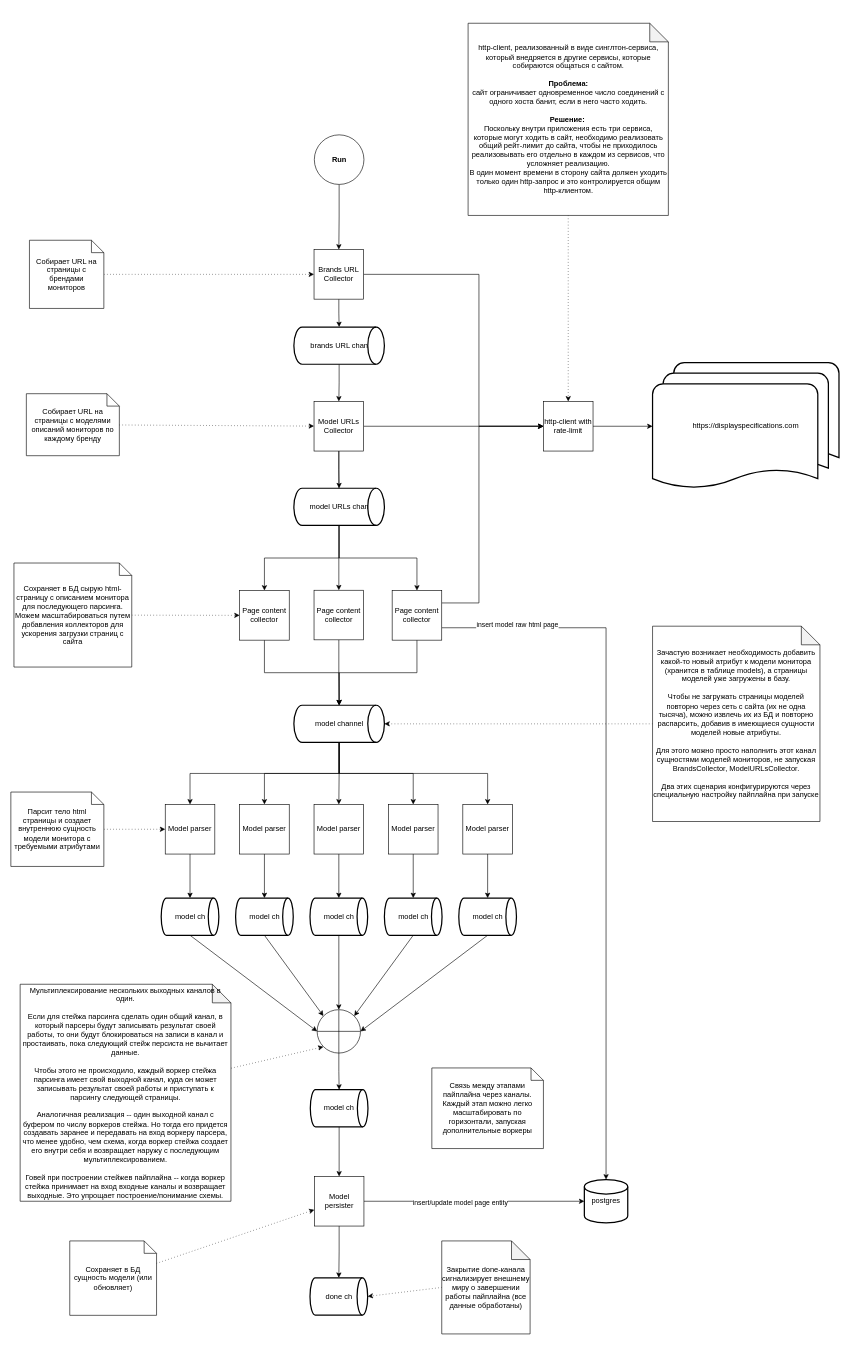
This is docs/diagram.drawio from denistv/display-parser, a draw.io file, before an edit. Source tidied: cells renumbered, new cells numbered last; positions are measured from the earlier drawing's top-left corner, leaving out a move shared by most shapes. Both pictures are drawn from the tidied source at 62%, with x=0, y=0 at pixel (11, 23).
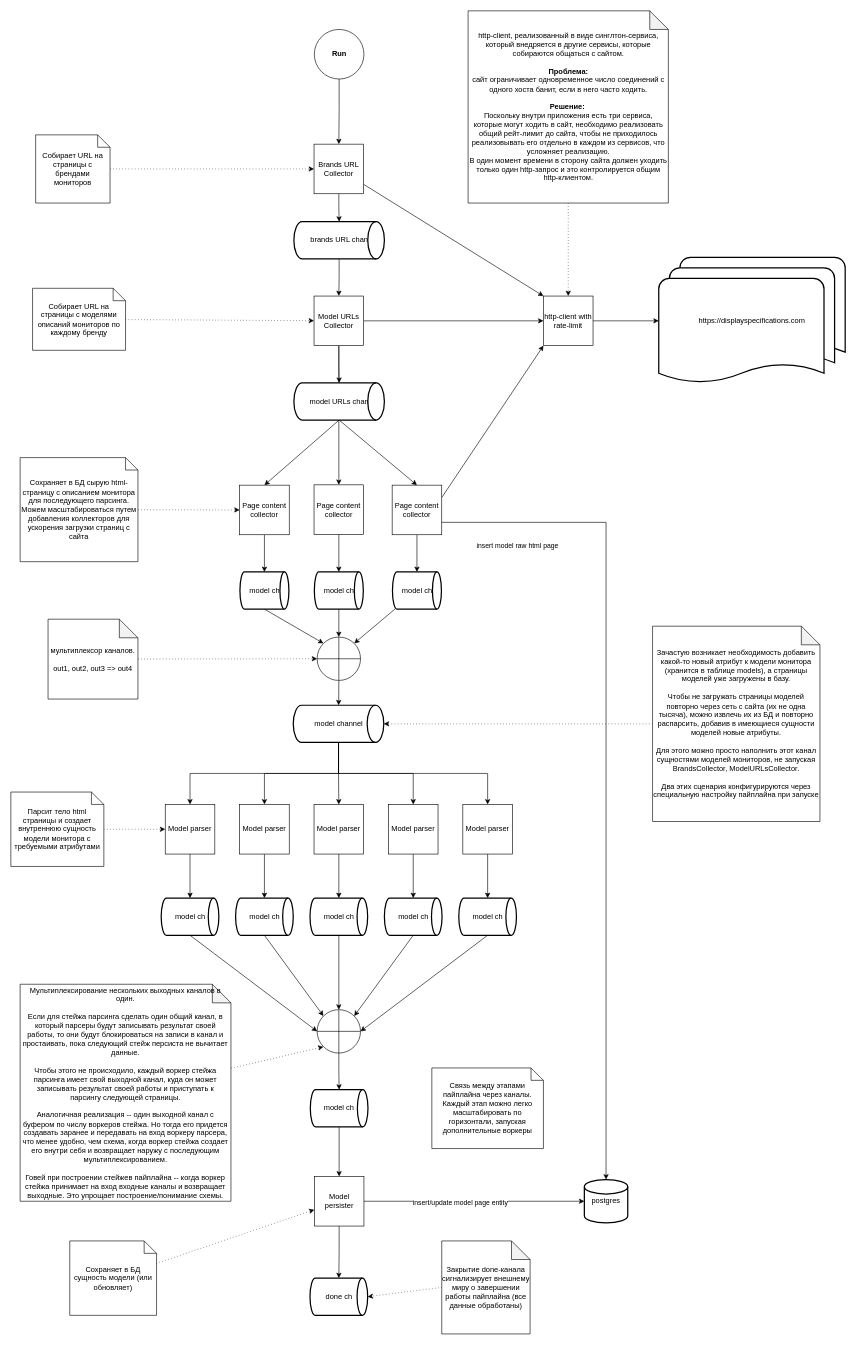
The same diagram, later.

What changed in the source:
```diff
@@
-    <mxCell id="3" style="edgeStyle=orthogonalEdgeStyle;rounded=0;jettySize=auto;html=1;entryX=0;entryY=0.5;entryDx=0;entryDy=0;" parent="1" edge="1" source="4" target="73">
-      <mxGeometry relative="1" as="geometry">
-        <Array as="points">
-          <mxPoint x="755" y="405" />
-          <mxPoint x="755" y="650" />
-        </Array>
-      </mxGeometry>
+    <mxCell id="3" style="rounded=0;jettySize=auto;html=1;entryX=0;entryY=0;entryDx=0;entryDy=0;" parent="1" edge="1" source="4" target="73">
+      <mxGeometry relative="1" as="geometry" />
     </mxCell>
     <mxCell id="4" value="Brands URL Collector" style="whiteSpace=wrap;html=1;" parent="1" vertex="1">
-      <mxGeometry x="489" y="365" width="80" height="80" as="geometry" />
+      <mxGeometry x="489" y="195" width="80" height="80" as="geometry" />
     </mxCell>
-    <mxCell id="5" style="edgeStyle=orthogonalEdgeStyle;rounded=0;jettySize=auto;html=1;exitX=0.5;exitY=1;exitDx=0;exitDy=0;entryX=0.5;entryY=0;entryDx=0;entryDy=0;" parent="1" edge="1" source="9" target="13">
+    <mxCell id="5" style="rounded=0;jettySize=auto;html=1;exitX=0.5;exitY=1;exitDx=0;exitDy=0;entryX=0.5;entryY=0;entryDx=0;entryDy=0;" parent="1" edge="1" source="9" target="13">
       <mxGeometry relative="1" as="geometry" />
     </mxCell>
-    <mxCell id="6" style="edgeStyle=orthogonalEdgeStyle;rounded=0;jettySize=auto;html=1;exitX=0.5;exitY=1;exitDx=0;exitDy=0;entryX=0.5;entryY=0;entryDx=0;entryDy=0;exitPerimeter=0;" parent="1" edge="1" source="69" target="41">
+    <mxCell id="6" style="rounded=0;jettySize=auto;html=1;exitX=0.5;exitY=1;exitDx=0;exitDy=0;entryX=0.5;entryY=0;entryDx=0;entryDy=0;exitPerimeter=0;" parent="1" edge="1" source="69" target="41">
       <mxGeometry relative="1" as="geometry" />
     </mxCell>
-    <mxCell id="7" style="edgeStyle=orthogonalEdgeStyle;rounded=0;jettySize=auto;html=1;exitX=0.5;exitY=1;exitDx=0;exitDy=0;" parent="1" edge="1" source="69" target="44">
+    <mxCell id="7" style="rounded=0;jettySize=auto;html=1;exitX=0.5;exitY=1;exitDx=0;exitDy=0;entryX=0.5;entryY=0;entryDx=0;entryDy=0;" parent="1" edge="1" source="69" target="44">
       <mxGeometry relative="1" as="geometry" />
     </mxCell>
@@
     <mxCell id="9" value="Model URLs Collector" style="whiteSpace=wrap;html=1;" parent="1" vertex="1">
-      <mxGeometry x="489" y="610" width="80" height="80" as="geometry" />
+      <mxGeometry x="489" y="440" width="80" height="80" as="geometry" />
     </mxCell>
-    <mxCell id="10" style="edgeStyle=orthogonalEdgeStyle;rounded=0;jettySize=auto;html=1;exitX=0.5;exitY=1;exitDx=0;exitDy=0;entryX=0.5;entryY=0;entryDx=0;entryDy=0;entryPerimeter=0;" parent="1" edge="1" source="13" target="50">
-      <mxGeometry relative="1" as="geometry" />
-    </mxCell>
@@
+    <mxCell id="83" style="edgeStyle=orthogonalEdgeStyle;rounded=0;jettySize=auto;html=1;exitX=0.5;exitY=1;exitDx=0;exitDy=0;" parent="1" edge="1" source="13" target="89">
+      <mxGeometry relative="1" as="geometry" />
+    </mxCell>
     <mxCell id="13" value="Page content collector" style="whiteSpace=wrap;html=1;" parent="1" vertex="1">
-      <mxGeometry x="489" y="914.5" width="80" height="80" as="geometry" />
+      <mxGeometry x="489" y="744.5" width="80" height="80" as="geometry" />
     </mxCell>
@@
     <mxCell id="29" value="Собирает URL на страницы с брендами мониторов" style="shape=note;size=20;whiteSpace=wrap;html=1;" parent="1" vertex="1">
-      <mxGeometry x="30" y="350" width="120" height="110" as="geometry" />
+      <mxGeometry x="40" y="180" width="120" height="110" as="geometry" />
     </mxCell>
@@
     <mxCell id="31" value="Собирает URL на страницы с моделями описаний мониторов по каждому бренду" style="shape=note;size=20;whiteSpace=wrap;html=1;" parent="1" vertex="1">
-      <mxGeometry x="25" y="597.5" width="150" height="100" as="geometry" />
+      <mxGeometry x="35" y="427.5" width="150" height="100" as="geometry" />
     </mxCell>
@@
     <mxCell id="33" value="Сохраняет в БД сырую html-страницу с описанием монитора для последующего парсинга.&lt;br&gt;Можем масштабироваться путем добавления коллекторов для ускорения загрузки страниц с сайта" style="shape=note;size=20;whiteSpace=wrap;html=1;" parent="1" vertex="1">
-      <mxGeometry x="5" y="870.6" width="190" height="167.8" as="geometry" />
+      <mxGeometry x="15" y="700.6" width="190" height="167.8" as="geometry" />
     </mxCell>
@@
-    <mxCell id="40" style="edgeStyle=orthogonalEdgeStyle;rounded=0;jettySize=auto;html=1;exitX=0.5;exitY=1;exitDx=0;exitDy=0;entryX=0.5;entryY=0;entryDx=0;entryDy=0;entryPerimeter=0;" parent="1" edge="1" source="41" target="50">
-      <mxGeometry relative="1" as="geometry" />
-    </mxCell>
+    <mxCell id="84" style="edgeStyle=orthogonalEdgeStyle;rounded=0;jettySize=auto;html=1;exitX=0.5;exitY=1;exitDx=0;exitDy=0;entryX=0.5;entryY=0;entryDx=0;entryDy=0;entryPerimeter=0;" parent="1" edge="1" source="41" target="87">
+      <mxGeometry relative="1" as="geometry" />
+    </mxCell>
     <mxCell id="41" value="Page content collector" style="whiteSpace=wrap;html=1;" parent="1" vertex="1">
-      <mxGeometry x="369" y="915" width="80" height="80" as="geometry" />
+      <mxGeometry x="369" y="745" width="80" height="80" as="geometry" />
     </mxCell>
-    <mxCell id="42" style="edgeStyle=orthogonalEdgeStyle;rounded=0;jettySize=auto;html=1;exitX=0.5;exitY=1;exitDx=0;exitDy=0;entryX=0.5;entryY=0;entryDx=0;entryDy=0;entryPerimeter=0;" parent="1" edge="1" source="44" target="50">
-      <mxGeometry relative="1" as="geometry" />
-    </mxCell>
-    <mxCell id="43" style="edgeStyle=orthogonalEdgeStyle;rounded=0;jettySize=auto;html=1;exitX=1;exitY=0.25;exitDx=0;exitDy=0;entryX=0;entryY=0.5;entryDx=0;entryDy=0;" parent="1" edge="1" source="44" target="73">
-      <mxGeometry relative="1" as="geometry">
-        <Array as="points">
-          <mxPoint x="755" y="935" />
-          <mxPoint x="755" y="650" />
-        </Array>
-      </mxGeometry>
+    <mxCell id="43" style="rounded=0;jettySize=auto;html=1;exitX=1;exitY=0.25;exitDx=0;exitDy=0;entryX=0;entryY=1;entryDx=0;entryDy=0;" parent="1" edge="1" source="44" target="73">
+      <mxGeometry relative="1" as="geometry" />
     </mxCell>
+    <mxCell id="85" style="edgeStyle=orthogonalEdgeStyle;rounded=0;jettySize=auto;html=1;exitX=0.5;exitY=1;exitDx=0;exitDy=0;entryX=0.5;entryY=0;entryDx=0;entryDy=0;entryPerimeter=0;" parent="1" edge="1" source="44" target="91">
+      <mxGeometry relative="1" as="geometry" />
+    </mxCell>
     <mxCell id="44" value="Page content collector" style="whiteSpace=wrap;html=1;" parent="1" vertex="1">
-      <mxGeometry x="615" y="915" width="80" height="80" as="geometry" />
+      <mxGeometry x="615" y="745" width="80" height="80" as="geometry" />
     </mxCell>
@@
     <mxCell id="50" value="model channel" style="strokeWidth=2;html=1;shape=mxgraph.flowchart.direct_data;whiteSpace=wrap;" parent="1" vertex="1">
-      <mxGeometry x="456.5" y="1100" width="146" height="60" as="geometry" />
+      <mxGeometry x="455.5" y="1100" width="146" height="60" as="geometry" />
     </mxCell>
@@
     <mxCell id="67" value="https://displayspecifications.com" style="strokeWidth=2;html=1;shape=mxgraph.flowchart.multi-document;whiteSpace=wrap;" parent="1" vertex="1">
-      <mxGeometry x="1035" y="547.5" width="300.7" height="205" as="geometry" />
+      <mxGeometry x="1045" y="377.5" width="300.7" height="205" as="geometry" />
     </mxCell>
@@
     <mxCell id="69" value="model URLs chan" style="strokeWidth=2;html=1;shape=mxgraph.flowchart.direct_data;whiteSpace=wrap;" parent="1" vertex="1">
-      <mxGeometry x="456.5" y="750" width="146" height="60" as="geometry" />
+      <mxGeometry x="456.5" y="580" width="146" height="60" as="geometry" />
     </mxCell>
@@
     <mxCell id="71" value="brands URL chan" style="strokeWidth=2;html=1;shape=mxgraph.flowchart.direct_data;whiteSpace=wrap;" parent="1" vertex="1">
-      <mxGeometry x="456.5" y="490" width="146" height="60" as="geometry" />
+      <mxGeometry x="456.5" y="320" width="146" height="60" as="geometry" />
     </mxCell>
@@
     <mxCell id="73" value="http-client with rate-limit" style="whiteSpace=wrap;html=1;" parent="1" vertex="1">
-      <mxGeometry x="859" y="610" width="80" height="80" as="geometry" />
+      <mxGeometry x="859" y="440" width="80" height="80" as="geometry" />
     </mxCell>
@@
     <mxCell id="77" value="http-client, реализованный в виде синглтон-сервиса, который внедряется в другие сервисы, которые собираются общаться с сайтом.&lt;br&gt;&lt;br&gt;&lt;b&gt;Проблема:&lt;br&gt;&lt;/b&gt;сайт ограничивает одновременное число соединений с одного хоста банит, если в него часто ходить.&lt;br&gt;&lt;br&gt;&lt;b&gt;Решение:&amp;nbsp;&lt;br&gt;&lt;/b&gt;Поскольку внутри приложения есть три сервиса, которые могут ходить в сайт, необходимо реализовать общий рейт-лимит до сайта, чтобы не приходилось реализовывать его отдельно в каждом из сервисов, что усложняет реализацию.&lt;br&gt;В один момент времени в сторону сайта должен уходить только один http-запрос и это контролируется общим http-клиентом." style="shape=note;whiteSpace=wrap;html=1;backgroundOutline=1;darkOpacity=0.05;" parent="1" vertex="1">
-      <mxGeometry x="737.5" width="323" height="310" as="geometry" />
+      <mxGeometry x="737.5" y="-20" width="323" height="310" as="geometry" />
     </mxCell>
@@
     <mxCell id="79" value="&lt;b&gt;Run&lt;/b&gt;" style="ellipse;whiteSpace=wrap;html=1;" parent="1" vertex="1">
-      <mxGeometry x="489.5" y="180" width="80" height="80" as="geometry" />
+      <mxGeometry x="489.5" y="10" width="80" height="80" as="geometry" />
     </mxCell>
     <mxCell id="80" value="done ch" style="strokeWidth=2;html=1;shape=mxgraph.flowchart.direct_data;whiteSpace=wrap;" parent="1" vertex="1">
-      <mxGeometry x="482.5" y="2023.5" width="93" height="60" as="geometry" />
+      <mxGeometry x="482.5" y="2024" width="93" height="60" as="geometry" />
     </mxCell>
@@
+    <mxCell id="86" style="rounded=0;jettySize=auto;html=1;exitX=0.5;exitY=1;exitDx=0;exitDy=0;exitPerimeter=0;entryX=0.145;entryY=0.145;entryDx=0;entryDy=0;entryPerimeter=0;" parent="1" edge="1" source="87" target="93">
+      <mxGeometry relative="1" as="geometry" />
+    </mxCell>
+    <mxCell id="87" value="model ch" style="strokeWidth=2;html=1;shape=mxgraph.flowchart.direct_data;whiteSpace=wrap;" parent="1" vertex="1">
+      <mxGeometry x="369.5" y="885" width="79" height="60" as="geometry" />
+    </mxCell>
+    <mxCell id="88" style="rounded=0;jettySize=auto;html=1;exitX=0.5;exitY=1;exitDx=0;exitDy=0;exitPerimeter=0;" parent="1" edge="1" source="93" target="50">
+      <mxGeometry relative="1" as="geometry" />
+    </mxCell>
+    <mxCell id="89" value="model ch" style="strokeWidth=2;html=1;shape=mxgraph.flowchart.direct_data;whiteSpace=wrap;" parent="1" vertex="1">
+      <mxGeometry x="489.5" y="885" width="79" height="60" as="geometry" />
+    </mxCell>
+    <mxCell id="90" style="rounded=0;jettySize=auto;html=1;entryX=0.855;entryY=0.145;entryDx=0;entryDy=0;entryPerimeter=0;" parent="1" edge="1" source="91" target="93">
+      <mxGeometry relative="1" as="geometry" />
+    </mxCell>
+    <mxCell id="91" value="model ch" style="strokeWidth=2;html=1;shape=mxgraph.flowchart.direct_data;whiteSpace=wrap;" parent="1" vertex="1">
+      <mxGeometry x="615.5" y="885" width="79" height="60" as="geometry" />
+    </mxCell>
+    <mxCell id="92" style="rounded=0;jettySize=auto;html=1;exitX=0.5;exitY=1;exitDx=0;exitDy=0;exitPerimeter=0;" parent="1" edge="1" source="89" target="93">
+      <mxGeometry relative="1" as="geometry" />
+    </mxCell>
+    <mxCell id="93" style="verticalLabelPosition=bottom;verticalAlign=top;html=1;shape=mxgraph.flowchart.summing_function;" parent="1" vertex="1">
+      <mxGeometry x="494" y="990" width="70" height="70" as="geometry" />
+    </mxCell>
+    <mxCell id="94" style="rounded=0;jettySize=auto;html=1;entryX=0;entryY=0.5;entryDx=0;entryDy=0;entryPerimeter=0;dashed=1;dashPattern=1 4;" parent="1" edge="1" source="95" target="93">
+      <mxGeometry relative="1" as="geometry" />
+    </mxCell>
+    <mxCell id="95" value="мультиплексор каналов.&lt;br&gt;&lt;br&gt;out1, out2, out3 =&amp;gt; out4" style="shape=note;whiteSpace=wrap;html=1;backgroundOutline=1;darkOpacity=0.05;" parent="1" vertex="1">
+      <mxGeometry x="60" y="961.2" width="145" height="128.8" as="geometry" />
+    </mxCell>
```
